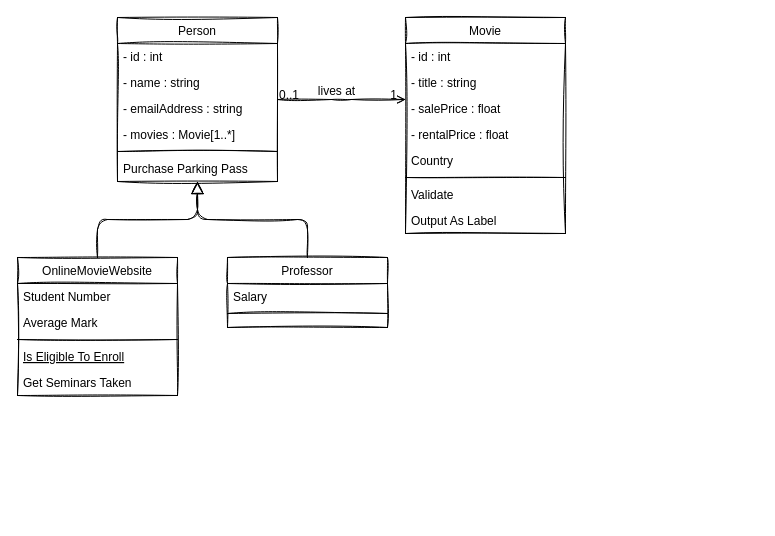
The draw.io diagram OdevOnlineFilmSistemi.drawio in scelikcapa/kodluyoruzilkrepo, before the edit. Source tidied: cells renumbered, new cells numbered last; positions are measured from the earlier drawing's top-left corner, leaving out a move shared by most shapes. Both pictures are drawn from the tidied source at 100%, with x=0, y=0 at pixel (17, 17).
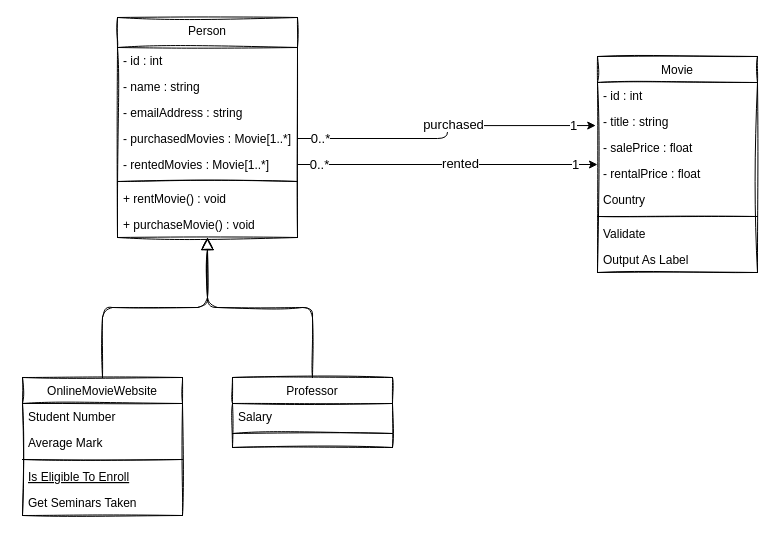
The same page after the edit.

Unchanged cells that the change refers to:
```xml
<mxCell id="22" value="- title : string" style="text;align=left;verticalAlign=top;spacingLeft=4;spacingRight=4;overflow=hidden;points=[[0,0.5],[1,0.5]];portConstraint=eastwest;rounded=0;shadow=0;html=0;sketch=1;" parent="20" vertex="1">
  <mxGeometry y="52" width="160" height="26" as="geometry" />
</mxCell>
```

What changed in the source:
```diff
@@
-    <mxCell id="2" value="Person" style="swimlane;fontStyle=0;align=center;verticalAlign=top;horizontal=1;startSize=26;rounded=0;shadow=0;strokeWidth=1;sketch=1;" parent="1" vertex="1">
-      <mxGeometry x="100" width="160" height="164" as="geometry" />
+    <mxCell id="2" value="Person" style="swimlane;fontStyle=0;align=center;verticalAlign=top;horizontal=1;startSize=30;rounded=0;shadow=0;strokeWidth=1;sketch=1;" parent="1" vertex="1">
+      <mxGeometry x="100" width="180" height="220" as="geometry" />
     </mxCell>
     <mxCell id="3" value="- id : int" style="text;align=left;verticalAlign=top;spacingLeft=4;spacingRight=4;overflow=hidden;sketch=1;rounded=0;" parent="2" vertex="1">
-      <mxGeometry y="26" width="160" height="26" as="geometry" />
+      <mxGeometry y="30" width="180" height="26" as="geometry" />
     </mxCell>
     <mxCell id="4" value="- name : string" style="text;align=left;verticalAlign=top;spacingLeft=4;spacingRight=4;overflow=hidden;sketch=1;rounded=0;" parent="2" vertex="1">
-      <mxGeometry y="52" width="160" height="26" as="geometry" />
+      <mxGeometry y="56" width="180" height="26" as="geometry" />
     </mxCell>
     <mxCell id="5" value="- emailAddress : string" style="text;align=left;verticalAlign=top;spacingLeft=4;spacingRight=4;overflow=hidden;rounded=0;shadow=0;html=0;sketch=1;" parent="2" vertex="1">
-      <mxGeometry y="78" width="160" height="26" as="geometry" />
+      <mxGeometry y="82" width="180" height="26" as="geometry" />
     </mxCell>
-    <mxCell id="6" value="- movies : Movie[1..*]" style="text;align=left;verticalAlign=top;spacingLeft=4;spacingRight=4;overflow=hidden;points=[[0,0.5],[1,0.5]];portConstraint=eastwest;rounded=0;shadow=0;html=0;sketch=1;" parent="2" vertex="1">
-      <mxGeometry y="104" width="160" height="26" as="geometry" />
+    <mxCell id="6" value="- purchasedMovies : Movie[1..*]" style="text;align=left;verticalAlign=top;spacingLeft=4;spacingRight=4;overflow=hidden;points=[[0,0.5],[1,0.5]];portConstraint=eastwest;rounded=0;shadow=0;html=0;sketch=1;" parent="2" vertex="1">
+      <mxGeometry y="108" width="180" height="26" as="geometry" />
     </mxCell>
+    <mxCell id="33" value="- rentedMovies : Movie[1..*]" style="text;align=left;verticalAlign=top;spacingLeft=4;spacingRight=4;overflow=hidden;points=[[0,0.5],[1,0.5]];portConstraint=eastwest;rounded=0;shadow=0;html=0;sketch=1;" parent="2" vertex="1">
+      <mxGeometry y="134" width="180" height="26" as="geometry" />
+    </mxCell>
     <mxCell id="7" style="line;html=1;strokeWidth=1;align=left;verticalAlign=middle;spacingTop=-1;spacingLeft=3;spacingRight=3;labelPosition=right;sketch=1;rounded=0;" parent="2" vertex="1">
-      <mxGeometry y="130" width="160" height="8" as="geometry" />
+      <mxGeometry y="160" width="180" height="8" as="geometry" />
     </mxCell>
-    <mxCell id="8" value="Purchase Parking Pass" style="text;align=left;verticalAlign=top;spacingLeft=4;spacingRight=4;overflow=hidden;sketch=1;rounded=0;" parent="2" vertex="1">
-      <mxGeometry y="138" width="160" height="26" as="geometry" />
+    <mxCell id="8" value="+ rentMovie() : void" style="text;align=left;verticalAlign=top;spacingLeft=4;spacingRight=4;overflow=hidden;sketch=1;rounded=0;" parent="2" vertex="1">
+      <mxGeometry y="168" width="180" height="26" as="geometry" />
     </mxCell>
+    <mxCell id="34" value="+ purchaseMovie() : void" style="text;align=left;verticalAlign=top;spacingLeft=4;spacingRight=4;overflow=hidden;sketch=1;rounded=0;" parent="2" vertex="1">
+      <mxGeometry y="194" width="180" height="26" as="geometry" />
+    </mxCell>
     <mxCell id="9" value="OnlineMovieWebsite" style="swimlane;fontStyle=0;align=center;verticalAlign=top;horizontal=1;startSize=26;rounded=0;shadow=0;strokeWidth=1;sketch=1;" parent="1" vertex="1">
-      <mxGeometry y="240" width="160" height="138" as="geometry" />
+      <mxGeometry x="5" y="360" width="160" height="138" as="geometry" />
     </mxCell>
@@
     <mxCell id="16" value="Professor" style="swimlane;fontStyle=0;align=center;verticalAlign=top;horizontal=1;startSize=26;rounded=0;shadow=0;strokeWidth=1;sketch=1;" parent="1" vertex="1">
-      <mxGeometry x="210" y="240" width="160" height="70" as="geometry" />
+      <mxGeometry x="215" y="360" width="160" height="70" as="geometry" />
     </mxCell>
@@
     <mxCell id="20" value="Movie" style="swimlane;fontStyle=0;align=center;verticalAlign=top;horizontal=1;startSize=26;rounded=0;shadow=0;strokeWidth=1;sketch=1;" parent="1" vertex="1">
-      <mxGeometry x="388" width="160" height="216" as="geometry" />
+      <mxGeometry x="580" y="39" width="160" height="216" as="geometry" />
     </mxCell>
@@
-    <mxCell id="29" style="endArrow=open;shadow=0;strokeWidth=1;rounded=1;endFill=1;edgeStyle=elbowEdgeStyle;elbow=vertical;sketch=1;" parent="1" edge="1" source="2" target="20">
+    <mxCell id="29" style="endArrow=classic;shadow=0;strokeWidth=1;rounded=1;endFill=1;edgeStyle=orthogonalEdgeStyle;elbow=vertical;sketch=0;exitX=1;exitY=0.5;exitDx=0;exitDy=0;" parent="1" edge="1" source="33" target="20">
       <mxGeometry x="0.5" y="41" relative="1" as="geometry">
         <mxPoint x="-40" y="32" as="offset" />
       </mxGeometry>
     </mxCell>
-    <mxCell id="30" value="0..1" style="align=left;verticalAlign=bottom;labelBackgroundColor=none;fontSize=12;sketch=1;rounded=0;" parent="29" vertex="1">
-      <mxGeometry x="-1" relative="1" as="geometry">
-        <mxPoint y="4" as="offset" />
-      </mxGeometry>
-    </mxCell>
-    <mxCell id="31" value="1" style="align=right;verticalAlign=bottom;labelBackgroundColor=none;fontSize=12;sketch=1;rounded=0;" parent="29" vertex="1">
-      <mxGeometry x="1" relative="1" as="geometry">
-        <mxPoint x="-7" y="4" as="offset" />
-      </mxGeometry>
-    </mxCell>
-    <mxCell id="32" value="lives at" style="text;html=1;align=center;verticalAlign=middle;labelBackgroundColor=none;rounded=0;shadow=0;strokeWidth=1;fontSize=12;sketch=1;" parent="29" vertex="1">
-      <mxGeometry x="0.5" y="49" relative="1" as="geometry">
-        <mxPoint x="-38" y="40" as="offset" />
-      </mxGeometry>
-    </mxCell>
+    <mxCell id="35" value="0..*" style="edgeLabel;html=1;align=center;verticalAlign=middle;fontSize=13;" parent="29" vertex="1">
+      <mxGeometry x="-0.9" y="-1" relative="1" as="geometry">
+        <mxPoint x="6" y="-2" as="offset" />
+      </mxGeometry>
+    </mxCell>
+    <mxCell id="36" value="rented" style="edgeLabel;html=1;align=center;verticalAlign=middle;fontSize=13;" parent="29" vertex="1">
+      <mxGeometry x="0.08" y="-2" relative="1" as="geometry">
+        <mxPoint y="-4" as="offset" />
+      </mxGeometry>
+    </mxCell>
+    <mxCell id="37" value="1" style="edgeLabel;html=1;align=center;verticalAlign=middle;fontSize=13;" parent="29" vertex="1">
+      <mxGeometry x="0.88" y="-1" relative="1" as="geometry">
+        <mxPoint x="-5" y="-2" as="offset" />
+      </mxGeometry>
+    </mxCell>
+    <mxCell id="38" style="endArrow=classic;shadow=0;strokeWidth=1;rounded=1;endFill=1;edgeStyle=orthogonalEdgeStyle;elbow=vertical;sketch=0;exitX=1;exitY=0.5;exitDx=0;exitDy=0;entryX=-0.011;entryY=0.656;entryDx=0;entryDy=0;entryPerimeter=0;" parent="1" edge="1" source="6" target="22">
+      <mxGeometry x="0.5" y="41" relative="1" as="geometry">
+        <mxPoint x="-40" y="32" as="offset" />
+      </mxGeometry>
+    </mxCell>
+    <mxCell id="39" value="0..*" style="edgeLabel;html=1;align=center;verticalAlign=middle;fontSize=13;" parent="38" vertex="1">
+      <mxGeometry x="-0.9" y="-1" relative="1" as="geometry">
+        <mxPoint x="6" y="-2" as="offset" />
+      </mxGeometry>
+    </mxCell>
+    <mxCell id="40" value="purchased" style="edgeLabel;html=1;align=center;verticalAlign=middle;fontSize=13;" parent="38" vertex="1">
+      <mxGeometry x="0.08" y="-2" relative="1" as="geometry">
+        <mxPoint y="-4" as="offset" />
+      </mxGeometry>
+    </mxCell>
+    <mxCell id="41" value="1" style="edgeLabel;html=1;align=center;verticalAlign=middle;fontSize=13;" parent="38" vertex="1">
+      <mxGeometry x="0.88" y="-1" relative="1" as="geometry">
+        <mxPoint x="-4" y="-2" as="offset" />
+      </mxGeometry>
+    </mxCell>
```
